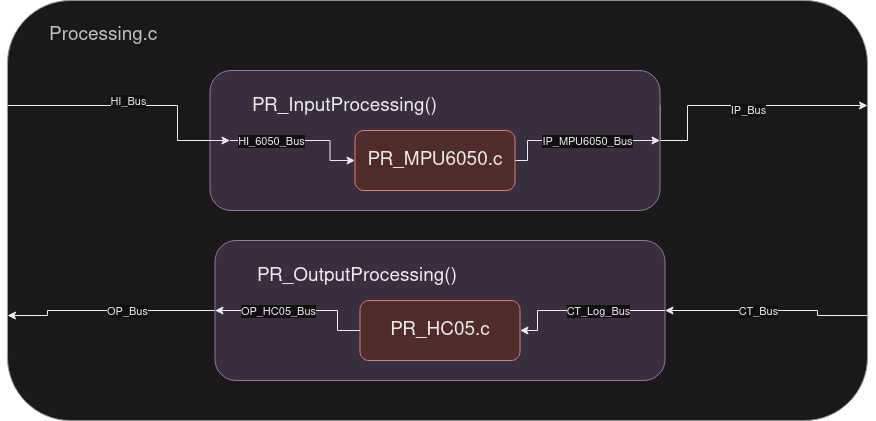
This is Resources/BlockDiagrams/STM32_Reaction_Wheel_Architecture-Processing.drawio.png from austynloehr/stm32_reaction_wheel, a draw.io export, as it was before one commit. Source tidied: cells renumbered, new cells last; positions are measured from the earlier drawing's top-left corner, leaving out a move shared by most shapes. Source of this version:
```xml
<mxGraphModel>
  <root>
    <mxCell id="0" />
    <mxCell id="1" parent="0" />
    <mxCell id="2" style="edgeStyle=orthogonalEdgeStyle;rounded=0;orthogonalLoop=1;jettySize=auto;html=1;exitX=0.5;exitY=1;exitDx=0;exitDy=0;" parent="1" edge="1">
      <mxGeometry relative="1" as="geometry">
        <mxPoint x="430" y="10" as="sourcePoint" />
        <mxPoint x="430" y="10" as="targetPoint" />
      </mxGeometry>
    </mxCell>
    <mxCell id="3" value="&lt;blockquote style=&quot;font-size: 18px;&quot;&gt;&lt;font style=&quot;font-size: 19px;&quot;&gt;Processing.c&lt;/font&gt;&lt;/blockquote&gt;" style="rounded=1;whiteSpace=wrap;html=1;fillColor=#f5f5f5;strokeColor=#666666;align=left;labelPosition=center;verticalLabelPosition=middle;verticalAlign=top;fontColor=#333333;" parent="1" vertex="1">
      <mxGeometry width="860" height="420" as="geometry" />
    </mxCell>
    <mxCell id="4" style="edgeStyle=orthogonalEdgeStyle;rounded=0;jettySize=auto;html=1;exitX=1;exitY=0.25;exitDx=0;exitDy=0;entryX=1;entryY=0.25;entryDx=0;entryDy=0;" parent="1" edge="1" source="6" target="3">
      <mxGeometry relative="1" as="geometry">
        <Array as="points">
          <mxPoint x="653" y="140" />
          <mxPoint x="680" y="140" />
          <mxPoint x="680" y="105" />
        </Array>
      </mxGeometry>
    </mxCell>
    <mxCell id="5" value="IP_Bus" style="edgeLabel;html=1;align=center;verticalAlign=middle;" parent="4" vertex="1">
      <mxGeometry x="-0.53" y="-2" relative="1" as="geometry">
        <mxPoint x="58" y="-28" as="offset" />
      </mxGeometry>
    </mxCell>
    <mxCell id="6" value="&lt;blockquote&gt;PR_InputProcessing()&lt;/blockquote&gt;" style="rounded=1;whiteSpace=wrap;html=1;fillColor=#e1d5e7;strokeColor=#9673a6;fontSize=19;align=left;verticalAlign=top;" parent="1" vertex="1">
      <mxGeometry x="202.5" y="70" width="450" height="140" as="geometry" />
    </mxCell>
    <mxCell id="7" style="edgeStyle=orthogonalEdgeStyle;rounded=0;jettySize=auto;html=1;exitX=1;exitY=0.5;exitDx=0;exitDy=0;entryX=1;entryY=0.5;entryDx=0;entryDy=0;" parent="1" edge="1" source="9" target="6">
      <mxGeometry relative="1" as="geometry">
        <Array as="points">
          <mxPoint x="520" y="160" />
          <mxPoint x="520" y="140" />
        </Array>
      </mxGeometry>
    </mxCell>
    <mxCell id="8" value="IP_MPU6050_Bus" style="edgeLabel;html=1;align=center;verticalAlign=middle;" parent="7" vertex="1">
      <mxGeometry x="-0.15" y="1" relative="1" as="geometry">
        <mxPoint x="22" y="1" as="offset" />
      </mxGeometry>
    </mxCell>
    <mxCell id="9" value="PR_MPU6050.c" style="rounded=1;whiteSpace=wrap;html=1;fillColor=#f8cecc;strokeColor=#b85450;fontSize=19;" parent="1" vertex="1">
      <mxGeometry x="347.5" y="130" width="160" height="60" as="geometry" />
    </mxCell>
    <mxCell id="10" style="edgeStyle=orthogonalEdgeStyle;rounded=0;jettySize=auto;html=1;exitX=0;exitY=0.25;exitDx=0;exitDy=0;" parent="1" edge="1" source="3">
      <mxGeometry relative="1" as="geometry">
        <mxPoint x="222.5" y="140" as="targetPoint" />
        <Array as="points">
          <mxPoint x="170" y="105" />
          <mxPoint x="170" y="140" />
        </Array>
      </mxGeometry>
    </mxCell>
    <mxCell id="11" value="HI_Bus" style="edgeLabel;html=1;align=center;verticalAlign=middle;" parent="10" vertex="1">
      <mxGeometry x="-0.04" y="-1" relative="1" as="geometry">
        <mxPoint x="-3" y="-6" as="offset" />
      </mxGeometry>
    </mxCell>
    <mxCell id="12" style="edgeStyle=orthogonalEdgeStyle;rounded=0;jettySize=auto;html=1;entryX=0;entryY=0.5;entryDx=0;entryDy=0;" parent="1" edge="1" target="9">
      <mxGeometry relative="1" as="geometry">
        <mxPoint x="222.5" y="140" as="sourcePoint" />
        <Array as="points">
          <mxPoint x="222.5" y="140" />
          <mxPoint x="322.5" y="140" />
          <mxPoint x="322.5" y="160" />
        </Array>
      </mxGeometry>
    </mxCell>
    <mxCell id="13" value="HI_6050_Bus" style="edgeLabel;html=1;align=center;verticalAlign=middle;" parent="12" vertex="1">
      <mxGeometry x="-0.09" y="-2" relative="1" as="geometry">
        <mxPoint x="-25" y="-2" as="offset" />
      </mxGeometry>
    </mxCell>
    <mxCell id="14" style="edgeStyle=orthogonalEdgeStyle;rounded=0;jettySize=auto;html=1;exitX=0;exitY=0.5;exitDx=0;exitDy=0;entryX=0;entryY=0.75;entryDx=0;entryDy=0;" parent="1" edge="1" source="16" target="3">
      <mxGeometry relative="1" as="geometry">
        <Array as="points">
          <mxPoint x="40" y="310" />
          <mxPoint x="40" y="315" />
        </Array>
      </mxGeometry>
    </mxCell>
    <mxCell id="15" value="OP_Bus" style="edgeLabel;html=1;align=center;verticalAlign=middle;" parent="14" vertex="1">
      <mxGeometry x="-0.19" y="-1" relative="1" as="geometry">
        <mxPoint x="-2" y="1" as="offset" />
      </mxGeometry>
    </mxCell>
    <mxCell id="16" value="&lt;blockquote&gt;PR_OutputProcessing()&lt;/blockquote&gt;" style="rounded=1;whiteSpace=wrap;html=1;fillColor=#e1d5e7;strokeColor=#9673a6;fontSize=19;align=left;verticalAlign=top;" parent="1" vertex="1">
      <mxGeometry x="207.5" y="240" width="450" height="140" as="geometry" />
    </mxCell>
    <mxCell id="17" value="PR_HC05.c" style="rounded=1;whiteSpace=wrap;html=1;fillColor=#f8cecc;strokeColor=#b85450;fontSize=19;" parent="1" vertex="1">
      <mxGeometry x="352.5" y="300" width="160" height="60" as="geometry" />
    </mxCell>
    <mxCell id="18" style="edgeStyle=orthogonalEdgeStyle;rounded=0;jettySize=auto;html=1;exitX=0;exitY=0.5;exitDx=0;exitDy=0;entryX=0;entryY=0.5;entryDx=0;entryDy=0;" parent="1" edge="1" source="17" target="16">
      <mxGeometry relative="1" as="geometry">
        <Array as="points">
          <mxPoint x="330" y="330" />
          <mxPoint x="330" y="310" />
        </Array>
      </mxGeometry>
    </mxCell>
    <mxCell id="19" value="OP_HC05_Bus" style="edgeLabel;html=1;align=center;verticalAlign=middle;" parent="18" vertex="1">
      <mxGeometry x="-0.55" y="1" relative="1" as="geometry">
        <mxPoint x="-59" y="-5" as="offset" />
      </mxGeometry>
    </mxCell>
    <mxCell id="20" style="edgeStyle=orthogonalEdgeStyle;rounded=0;jettySize=auto;html=1;exitX=1;exitY=0.5;exitDx=0;exitDy=0;entryX=1;entryY=0.5;entryDx=0;entryDy=0;" parent="1" edge="1" source="16" target="17">
      <mxGeometry relative="1" as="geometry">
        <Array as="points">
          <mxPoint x="530" y="310" />
          <mxPoint x="530" y="330" />
        </Array>
      </mxGeometry>
    </mxCell>
    <mxCell id="21" value="CT_Log_Bus" style="edgeLabel;html=1;align=center;verticalAlign=middle;" parent="20" vertex="1">
      <mxGeometry x="-0.23" y="3" relative="1" as="geometry">
        <mxPoint x="-3" y="-3" as="offset" />
      </mxGeometry>
    </mxCell>
    <mxCell id="22" style="edgeStyle=orthogonalEdgeStyle;rounded=0;jettySize=auto;html=1;exitX=1;exitY=0.75;exitDx=0;exitDy=0;entryX=1;entryY=0.5;entryDx=0;entryDy=0;" parent="1" edge="1" source="3" target="16">
      <mxGeometry relative="1" as="geometry">
        <Array as="points">
          <mxPoint x="810" y="315" />
          <mxPoint x="810" y="310" />
        </Array>
      </mxGeometry>
    </mxCell>
    <mxCell id="23" value="CT_Bus" style="edgeLabel;html=1;align=center;verticalAlign=middle;" parent="22" vertex="1">
      <mxGeometry x="-0.27" y="3" relative="1" as="geometry">
        <mxPoint x="-39" y="-3" as="offset" />
      </mxGeometry>
    </mxCell>
  </root>
</mxGraphModel>
```
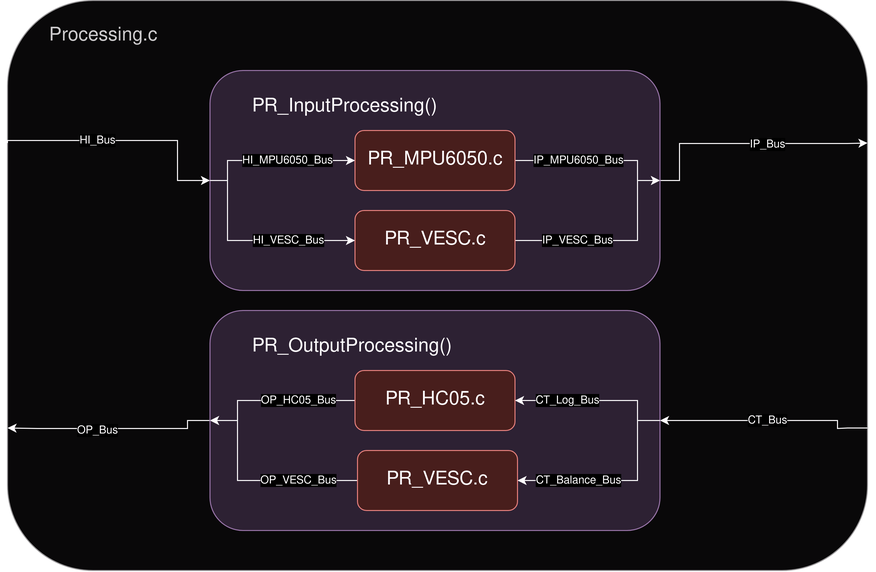
The same diagram one commit later.

Diff of the diagram source:
```diff
@@ -9,126 +9,184 @@
       </mxGeometry>
     </mxCell>
     <mxCell id="3" value="&lt;blockquote style=&quot;font-size: 18px;&quot;&gt;&lt;font style=&quot;font-size: 19px;&quot;&gt;Processing.c&lt;/font&gt;&lt;/blockquote&gt;" style="rounded=1;whiteSpace=wrap;html=1;fillColor=#f5f5f5;strokeColor=#666666;align=left;labelPosition=center;verticalLabelPosition=middle;verticalAlign=top;fontColor=#333333;" parent="1" vertex="1">
-      <mxGeometry width="860" height="420" as="geometry" />
+      <mxGeometry width="860" height="570" as="geometry" />
     </mxCell>
-    <mxCell id="4" style="edgeStyle=orthogonalEdgeStyle;rounded=0;jettySize=auto;html=1;exitX=1;exitY=0.25;exitDx=0;exitDy=0;entryX=1;entryY=0.25;entryDx=0;entryDy=0;" parent="1" edge="1" source="6" target="3">
+    <mxCell id="4" style="edgeStyle=orthogonalEdgeStyle;rounded=0;jettySize=auto;html=1;exitX=1;exitY=0.5;exitDx=0;exitDy=0;entryX=1;entryY=0.25;entryDx=0;entryDy=0;" parent="1" edge="1" source="6" target="3">
       <mxGeometry relative="1" as="geometry">
         <Array as="points">
-          <mxPoint x="653" y="140" />
-          <mxPoint x="680" y="140" />
-          <mxPoint x="680" y="105" />
+          <mxPoint x="672" y="180" />
+          <mxPoint x="672" y="143" />
+          <mxPoint x="840" y="143" />
         </Array>
       </mxGeometry>
     </mxCell>
     <mxCell id="5" value="IP_Bus" style="edgeLabel;html=1;align=center;verticalAlign=middle;" parent="4" vertex="1">
-      <mxGeometry x="-0.53" y="-2" relative="1" as="geometry">
-        <mxPoint x="58" y="-28" as="offset" />
+      <mxGeometry x="0.15" y="-1" relative="1" as="geometry">
+        <mxPoint x="4" as="offset" />
       </mxGeometry>
     </mxCell>
     <mxCell id="6" value="&lt;blockquote&gt;PR_InputProcessing()&lt;/blockquote&gt;" style="rounded=1;whiteSpace=wrap;html=1;fillColor=#e1d5e7;strokeColor=#9673a6;fontSize=19;align=left;verticalAlign=top;" parent="1" vertex="1">
-      <mxGeometry x="202.5" y="70" width="450" height="140" as="geometry" />
+      <mxGeometry x="202.5" y="70" width="450" height="220" as="geometry" />
     </mxCell>
     <mxCell id="7" style="edgeStyle=orthogonalEdgeStyle;rounded=0;jettySize=auto;html=1;exitX=1;exitY=0.5;exitDx=0;exitDy=0;entryX=1;entryY=0.5;entryDx=0;entryDy=0;" parent="1" edge="1" source="9" target="6">
       <mxGeometry relative="1" as="geometry">
         <Array as="points">
-          <mxPoint x="520" y="160" />
-          <mxPoint x="520" y="140" />
+          <mxPoint x="630" y="160" />
+          <mxPoint x="630" y="180" />
         </Array>
       </mxGeometry>
     </mxCell>
     <mxCell id="8" value="IP_MPU6050_Bus" style="edgeLabel;html=1;align=center;verticalAlign=middle;" parent="7" vertex="1">
       <mxGeometry x="-0.15" y="1" relative="1" as="geometry">
-        <mxPoint x="22" y="1" as="offset" />
+        <mxPoint x="-7" y="1" as="offset" />
       </mxGeometry>
     </mxCell>
     <mxCell id="9" value="PR_MPU6050.c" style="rounded=1;whiteSpace=wrap;html=1;fillColor=#f8cecc;strokeColor=#b85450;fontSize=19;" parent="1" vertex="1">
       <mxGeometry x="347.5" y="130" width="160" height="60" as="geometry" />
     </mxCell>
-    <mxCell id="10" style="edgeStyle=orthogonalEdgeStyle;rounded=0;jettySize=auto;html=1;exitX=0;exitY=0.25;exitDx=0;exitDy=0;" parent="1" edge="1" source="3">
+    <mxCell id="10" style="edgeStyle=orthogonalEdgeStyle;rounded=0;jettySize=auto;html=1;exitX=0;exitY=0.25;exitDx=0;exitDy=0;entryX=0;entryY=0.5;entryDx=0;entryDy=0;" parent="1" edge="1" source="3" target="6">
       <mxGeometry relative="1" as="geometry">
-        <mxPoint x="222.5" y="140" as="targetPoint" />
         <Array as="points">
-          <mxPoint x="170" y="105" />
+          <mxPoint y="140" />
           <mxPoint x="170" y="140" />
+          <mxPoint x="170" y="180" />
         </Array>
       </mxGeometry>
     </mxCell>
     <mxCell id="11" value="HI_Bus" style="edgeLabel;html=1;align=center;verticalAlign=middle;" parent="10" vertex="1">
       <mxGeometry x="-0.04" y="-1" relative="1" as="geometry">
-        <mxPoint x="-3" y="-6" as="offset" />
+        <mxPoint x="-25" y="-1" as="offset" />
       </mxGeometry>
     </mxCell>
-    <mxCell id="12" style="edgeStyle=orthogonalEdgeStyle;rounded=0;jettySize=auto;html=1;entryX=0;entryY=0.5;entryDx=0;entryDy=0;" parent="1" edge="1" target="9">
-      <mxGeometry relative="1" as="geometry">
-        <mxPoint x="222.5" y="140" as="sourcePoint" />
-        <Array as="points">
-          <mxPoint x="222.5" y="140" />
-          <mxPoint x="322.5" y="140" />
-          <mxPoint x="322.5" y="160" />
-        </Array>
-      </mxGeometry>
-    </mxCell>
-    <mxCell id="13" value="HI_6050_Bus" style="edgeLabel;html=1;align=center;verticalAlign=middle;" parent="12" vertex="1">
-      <mxGeometry x="-0.09" y="-2" relative="1" as="geometry">
-        <mxPoint x="-25" y="-2" as="offset" />
-      </mxGeometry>
-    </mxCell>
     <mxCell id="14" style="edgeStyle=orthogonalEdgeStyle;rounded=0;jettySize=auto;html=1;exitX=0;exitY=0.5;exitDx=0;exitDy=0;entryX=0;entryY=0.75;entryDx=0;entryDy=0;" parent="1" edge="1" source="16" target="3">
       <mxGeometry relative="1" as="geometry">
         <Array as="points">
-          <mxPoint x="40" y="310" />
-          <mxPoint x="40" y="315" />
+          <mxPoint x="180" y="420" />
+          <mxPoint x="180" y="428" />
+          <mxPoint x="30" y="428" />
         </Array>
       </mxGeometry>
     </mxCell>
     <mxCell id="15" value="OP_Bus" style="edgeLabel;html=1;align=center;verticalAlign=middle;" parent="14" vertex="1">
       <mxGeometry x="-0.19" y="-1" relative="1" as="geometry">
-        <mxPoint x="-2" y="1" as="offset" />
+        <mxPoint x="-36" y="3" as="offset" />
       </mxGeometry>
     </mxCell>
     <mxCell id="16" value="&lt;blockquote&gt;PR_OutputProcessing()&lt;/blockquote&gt;" style="rounded=1;whiteSpace=wrap;html=1;fillColor=#e1d5e7;strokeColor=#9673a6;fontSize=19;align=left;verticalAlign=top;" parent="1" vertex="1">
-      <mxGeometry x="207.5" y="240" width="450" height="140" as="geometry" />
+      <mxGeometry x="202.5" y="310" width="450" height="220" as="geometry" />
     </mxCell>
-    <mxCell id="17" value="PR_HC05.c" style="rounded=1;whiteSpace=wrap;html=1;fillColor=#f8cecc;strokeColor=#b85450;fontSize=19;" parent="1" vertex="1">
-      <mxGeometry x="352.5" y="300" width="160" height="60" as="geometry" />
-    </mxCell>
     <mxCell id="18" style="edgeStyle=orthogonalEdgeStyle;rounded=0;jettySize=auto;html=1;exitX=0;exitY=0.5;exitDx=0;exitDy=0;entryX=0;entryY=0.5;entryDx=0;entryDy=0;" parent="1" edge="1" source="17" target="16">
       <mxGeometry relative="1" as="geometry">
         <Array as="points">
-          <mxPoint x="330" y="330" />
-          <mxPoint x="330" y="310" />
+          <mxPoint x="230" y="400" />
+          <mxPoint x="230" y="420" />
         </Array>
       </mxGeometry>
     </mxCell>
     <mxCell id="19" value="OP_HC05_Bus" style="edgeLabel;html=1;align=center;verticalAlign=middle;" parent="18" vertex="1">
-      <mxGeometry x="-0.55" y="1" relative="1" as="geometry">
-        <mxPoint x="-59" y="-5" as="offset" />
+      <mxGeometry x="-0.21" relative="1" as="geometry">
+        <mxPoint x="8" as="offset" />
       </mxGeometry>
     </mxCell>
+    <mxCell id="17" value="PR_HC05.c" style="rounded=1;whiteSpace=wrap;html=1;fillColor=#f8cecc;strokeColor=#b85450;fontSize=19;" parent="1" vertex="1">
+      <mxGeometry x="347.5" y="370" width="160" height="60" as="geometry" />
+    </mxCell>
+    <mxCell id="24" style="edgeStyle=orthogonalEdgeStyle;rounded=0;jettySize=auto;html=1;exitX=1;exitY=0.5;exitDx=0;exitDy=0;entryX=1;entryY=0.5;entryDx=0;entryDy=0;" parent="1" edge="1" source="26" target="6">
+      <mxGeometry relative="1" as="geometry">
+        <Array as="points">
+          <mxPoint x="630" y="240" />
+          <mxPoint x="630" y="180" />
+        </Array>
+      </mxGeometry>
+    </mxCell>
+    <mxCell id="25" value="IP_VESC_Bus" style="edgeLabel;html=1;align=center;verticalAlign=middle;" parent="24" vertex="1">
+      <mxGeometry x="-0.32" y="2" relative="1" as="geometry">
+        <mxPoint x="-8" y="2" as="offset" />
+      </mxGeometry>
+    </mxCell>
+    <mxCell id="26" value="PR_VESC.c" style="rounded=1;whiteSpace=wrap;html=1;fillColor=#f8cecc;strokeColor=#b85450;fontSize=19;" parent="1" vertex="1">
+      <mxGeometry x="347.5" y="210" width="160" height="60" as="geometry" />
+    </mxCell>
+    <mxCell id="27" style="edgeStyle=orthogonalEdgeStyle;rounded=0;jettySize=auto;html=1;exitX=0;exitY=0.5;exitDx=0;exitDy=0;entryX=0;entryY=0.5;entryDx=0;entryDy=0;" parent="1" edge="1" source="6" target="9">
+      <mxGeometry relative="1" as="geometry">
+        <Array as="points">
+          <mxPoint x="220" y="180" />
+          <mxPoint x="220" y="160" />
+        </Array>
+      </mxGeometry>
+    </mxCell>
+    <mxCell id="28" value="HI_MPU6050_Bus" style="edgeLabel;html=1;align=center;verticalAlign=middle;" parent="27" vertex="1">
+      <mxGeometry x="-0.06" relative="1" as="geometry">
+        <mxPoint x="20" as="offset" />
+      </mxGeometry>
+    </mxCell>
+    <mxCell id="29" style="edgeStyle=orthogonalEdgeStyle;rounded=0;jettySize=auto;html=1;exitX=0;exitY=0.5;exitDx=0;exitDy=0;entryX=0;entryY=0.5;entryDx=0;entryDy=0;" parent="1" edge="1" source="6" target="26">
+      <mxGeometry relative="1" as="geometry">
+        <Array as="points">
+          <mxPoint x="220" y="180" />
+          <mxPoint x="220" y="240" />
+        </Array>
+      </mxGeometry>
+    </mxCell>
+    <mxCell id="30" value="HI_VESC_Bus" style="edgeLabel;html=1;align=center;verticalAlign=middle;" parent="29" vertex="1">
+      <mxGeometry x="0.26" y="-1" relative="1" as="geometry">
+        <mxPoint x="9" y="-1" as="offset" />
+      </mxGeometry>
+    </mxCell>
+    <mxCell id="31" style="edgeStyle=orthogonalEdgeStyle;rounded=0;jettySize=auto;html=1;exitX=0;exitY=0.5;exitDx=0;exitDy=0;entryX=0;entryY=0.5;entryDx=0;entryDy=0;" parent="1" edge="1" source="33" target="16">
+      <mxGeometry relative="1" as="geometry">
+        <Array as="points">
+          <mxPoint x="230" y="480" />
+          <mxPoint x="230" y="420" />
+        </Array>
+      </mxGeometry>
+    </mxCell>
+    <mxCell id="32" value="OP_VESC_Bus" style="edgeLabel;html=1;align=center;verticalAlign=middle;" parent="31" vertex="1">
+      <mxGeometry x="-0.36" relative="1" as="geometry">
+        <mxPoint x="7" as="offset" />
+      </mxGeometry>
+    </mxCell>
+    <mxCell id="33" value="PR_VESC.c" style="rounded=1;whiteSpace=wrap;html=1;fillColor=#f8cecc;strokeColor=#b85450;fontSize=19;" parent="1" vertex="1">
+      <mxGeometry x="350" y="450" width="160" height="60" as="geometry" />
+    </mxCell>
     <mxCell id="20" style="edgeStyle=orthogonalEdgeStyle;rounded=0;jettySize=auto;html=1;exitX=1;exitY=0.5;exitDx=0;exitDy=0;entryX=1;entryY=0.5;entryDx=0;entryDy=0;" parent="1" edge="1" source="16" target="17">
       <mxGeometry relative="1" as="geometry">
         <Array as="points">
-          <mxPoint x="530" y="310" />
-          <mxPoint x="530" y="330" />
+          <mxPoint x="630" y="420" />
+          <mxPoint x="630" y="400" />
         </Array>
       </mxGeometry>
     </mxCell>
     <mxCell id="21" value="CT_Log_Bus" style="edgeLabel;html=1;align=center;verticalAlign=middle;" parent="20" vertex="1">
-      <mxGeometry x="-0.23" y="3" relative="1" as="geometry">
-        <mxPoint x="-3" y="-3" as="offset" />
+      <mxGeometry x="0.25" relative="1" as="geometry">
+        <mxPoint x="-10" as="offset" />
       </mxGeometry>
     </mxCell>
+    <mxCell id="34" style="edgeStyle=orthogonalEdgeStyle;rounded=0;jettySize=auto;html=1;exitX=1;exitY=0.5;exitDx=0;exitDy=0;entryX=1;entryY=0.5;entryDx=0;entryDy=0;" parent="1" edge="1" source="16" target="33">
+      <mxGeometry relative="1" as="geometry">
+        <Array as="points">
+          <mxPoint x="630" y="420" />
+          <mxPoint x="630" y="480" />
+        </Array>
+      </mxGeometry>
+    </mxCell>
+    <mxCell id="35" value="CT_Balance_Bus" style="edgeLabel;html=1;align=center;verticalAlign=middle;" parent="34" vertex="1">
+      <mxGeometry x="0.19" y="-1" relative="1" as="geometry">
+        <mxPoint x="-22" y="1" as="offset" />
+      </mxGeometry>
+    </mxCell>
     <mxCell id="22" style="edgeStyle=orthogonalEdgeStyle;rounded=0;jettySize=auto;html=1;exitX=1;exitY=0.75;exitDx=0;exitDy=0;entryX=1;entryY=0.5;entryDx=0;entryDy=0;" parent="1" edge="1" source="3" target="16">
       <mxGeometry relative="1" as="geometry">
         <Array as="points">
-          <mxPoint x="810" y="315" />
-          <mxPoint x="810" y="310" />
+          <mxPoint x="840" y="428" />
+          <mxPoint x="830" y="428" />
+          <mxPoint x="830" y="420" />
         </Array>
       </mxGeometry>
     </mxCell>
     <mxCell id="23" value="CT_Bus" style="edgeLabel;html=1;align=center;verticalAlign=middle;" parent="22" vertex="1">
-      <mxGeometry x="-0.27" y="3" relative="1" as="geometry">
-        <mxPoint x="-39" y="-3" as="offset" />
+      <mxGeometry x="-0.18" y="2" relative="1" as="geometry">
+        <mxPoint x="-20" y="-2" as="offset" />
       </mxGeometry>
     </mxCell>
   </root>
```
